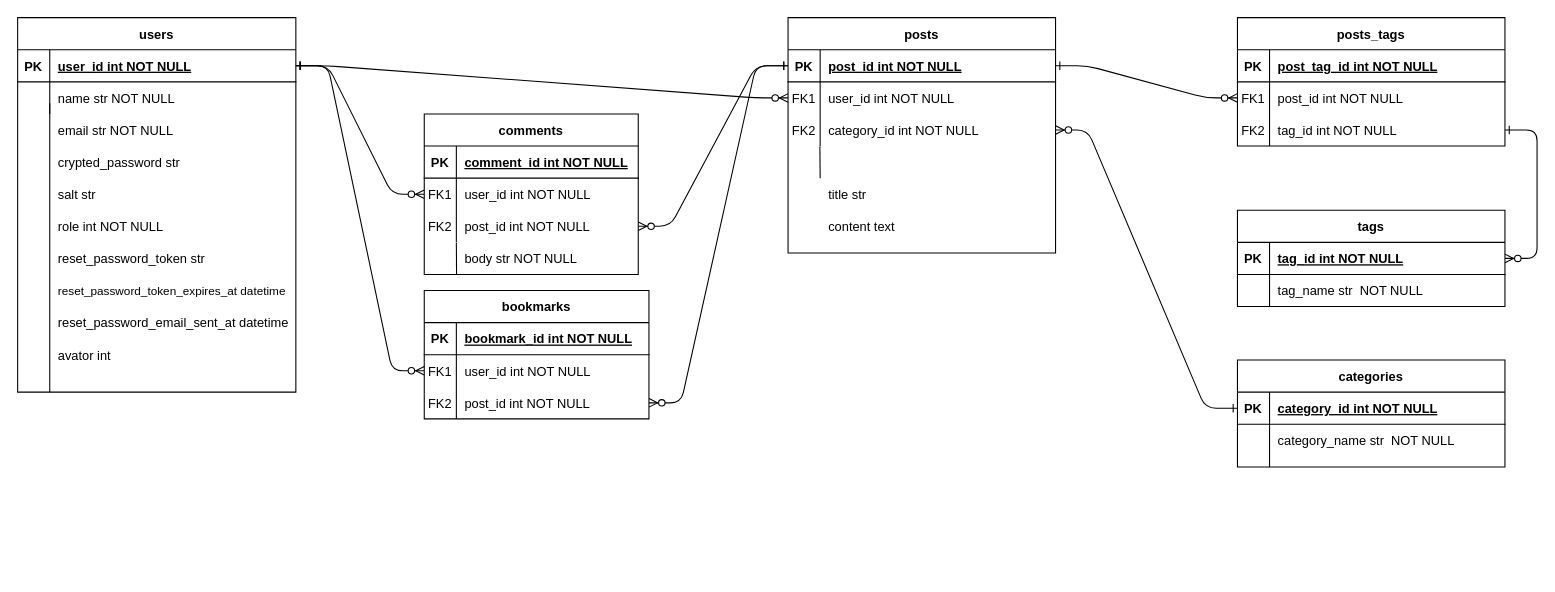
Above: 名称未設定ファイル.drawio in Toshiki003/Dressing-for-2-years-old-child (draw.io), before the change. Source tidied: cells renumbered, new cells numbered last; positions are measured from the earlier drawing's top-left corner, leaving out a move shared by most shapes. Both pictures are drawn from the tidied source at 107%, with x=0, y=0 at pixel (17, 17).
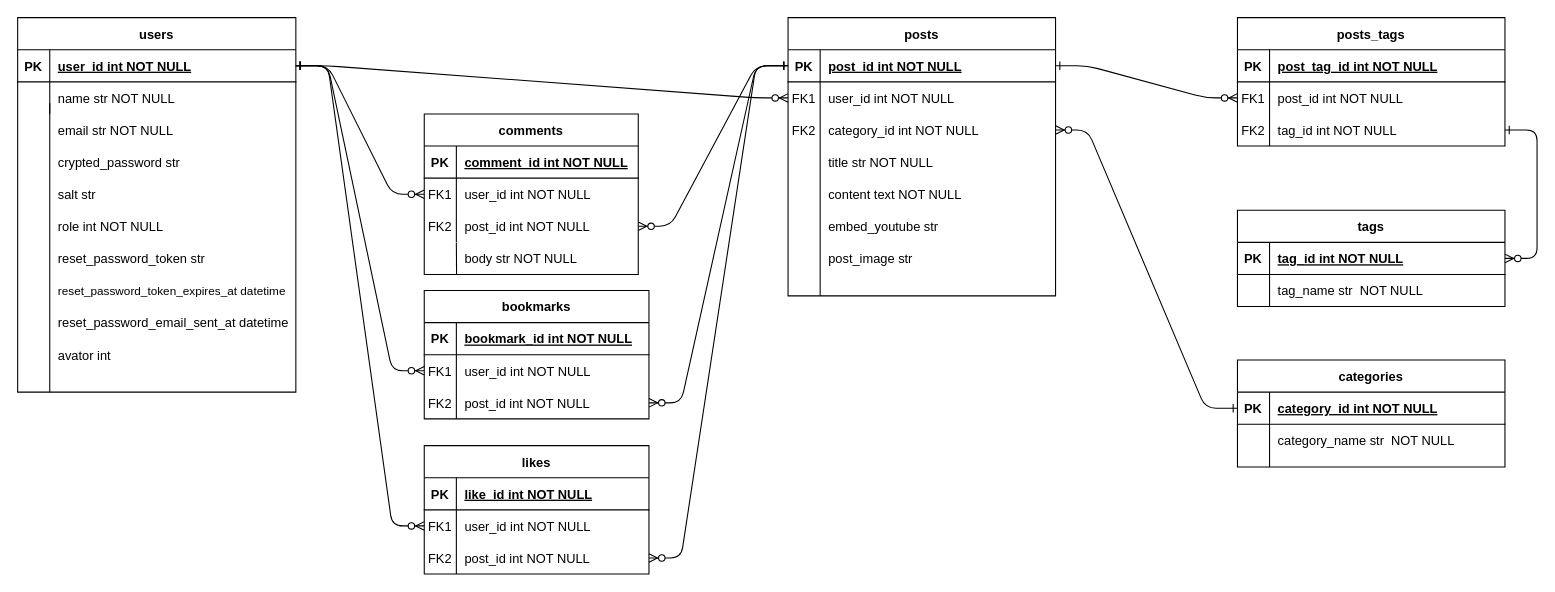
After the change.

Commit message:
名称未設定ファイル.drawio を更新します

The change refers to these unchanged cells:
```xml
<mxCell id="5" style="shape=partialRectangle;fillColor=none;points=[[0,0.5],[1,0.5]];portConstraint=eastwest;top=0;left=0;right=0;bottom=1;" parent="4" vertex="1">
  <mxGeometry y="30" width="250" height="30" as="geometry" />
</mxCell>
<mxCell id="25" style="shape=partialRectangle;fillColor=none;points=[[0,0.5],[1,0.5]];portConstraint=eastwest;top=0;left=0;right=0;bottom=1;" parent="24" vertex="1">
  <mxGeometry y="30" width="260" height="30" as="geometry" />
</mxCell>
<mxCell id="46" style="shape=partialRectangle;fillColor=none;points=[[0,0.5],[1,0.5]];portConstraint=eastwest;top=0;left=0;right=0;bottom=0;" parent="1" vertex="1">
  <mxGeometry x="720" y="120" width="250" height="30" as="geometry" />
</mxCell>
```

What changed in the source:
```diff
@@
     <mxCell id="4" value="posts" style="shape=table;startSize=30;childLayout=tableLayout;rowLines=0;fontStyle=1;align=center;" parent="1" vertex="1">
-      <mxGeometry x="720" width="250" height="220" as="geometry" />
+      <mxGeometry x="720" width="250" height="260" as="geometry" />
     </mxCell>
@@
     <mxCell id="59" style="endArrow=none;html=1;rounded=0;fontSize=11;entryX=0.119;entryY=0.01;entryDx=0;entryDy=0;entryPerimeter=0;" parent="1" edge="1" target="46">
       <mxGeometry relative="1" as="geometry">
-        <mxPoint x="750" y="150" as="sourcePoint" />
+        <mxPoint x="750" y="260" as="sourcePoint" />
+        <Array as="points">
+          <mxPoint x="750" y="120" />
+        </Array>
       </mxGeometry>
     </mxCell>
@@
-    <mxCell id="95" value="content text" style="shape=partialRectangle;overflow=hidden;fillColor=none;top=0;left=0;bottom=0;right=0;align=left;spacingLeft=6;" parent="1" vertex="1">
-      <mxGeometry x="750" y="180" width="220" height="30" as="geometry" />
+    <mxCell id="95" value="content text NOT NULL" style="shape=partialRectangle;overflow=hidden;fillColor=none;top=0;left=0;bottom=0;right=0;align=left;spacingLeft=6;" parent="1" vertex="1">
+      <mxGeometry x="750" y="150" width="220" height="30" as="geometry" />
     </mxCell>
-    <mxCell id="96" value="title str" style="shape=partialRectangle;overflow=hidden;fillColor=none;top=0;left=0;bottom=0;right=0;align=left;spacingLeft=6;" parent="1" vertex="1">
-      <mxGeometry x="750" y="150" width="220" height="30" as="geometry" />
+    <mxCell id="96" value="title str NOT NULL" style="shape=partialRectangle;overflow=hidden;fillColor=none;top=0;left=0;bottom=0;right=0;align=left;spacingLeft=6;" parent="1" vertex="1">
+      <mxGeometry x="750" y="120" width="220" height="30" as="geometry" />
     </mxCell>
@@
+    <mxCell id="103" value="likes" style="shape=table;startSize=30;childLayout=tableLayout;rowLines=0;fontStyle=1;align=center;" parent="1" vertex="1">
+      <mxGeometry x="380" y="400" width="210" height="120" as="geometry" />
+    </mxCell>
+    <mxCell id="104" style="shape=partialRectangle;fillColor=none;top=0;left=0;right=0;bottom=1;" parent="103" vertex="1">
+      <mxGeometry y="30" width="210" height="30" as="geometry" />
+    </mxCell>
+    <mxCell id="105" value="PK" style="shape=partialRectangle;overflow=hidden;fillColor=none;top=0;left=0;bottom=0;right=0;fontStyle=1;" parent="104" vertex="1">
+      <mxGeometry width="30" height="30" as="geometry" />
+    </mxCell>
+    <mxCell id="106" value="like_id int NOT NULL " style="shape=partialRectangle;overflow=hidden;fillColor=none;top=0;left=0;bottom=0;right=0;align=left;spacingLeft=6;fontStyle=5;" parent="104" vertex="1">
+      <mxGeometry x="30" width="180" height="30" as="geometry" />
+    </mxCell>
+    <mxCell id="107" style="shape=partialRectangle;fillColor=none;points=[[0,0.5],[1,0.5]];portConstraint=eastwest;top=0;left=0;right=0;bottom=0;" parent="103" vertex="1">
+      <mxGeometry y="60" width="210" height="30" as="geometry" />
+    </mxCell>
+    <mxCell id="108" value="FK1" style="shape=partialRectangle;overflow=hidden;fillColor=none;top=0;left=0;bottom=0;right=0;" parent="107" vertex="1">
+      <mxGeometry width="30" height="30" as="geometry" />
+    </mxCell>
+    <mxCell id="109" value="user_id int NOT NULL" style="shape=partialRectangle;overflow=hidden;fillColor=none;top=0;left=0;bottom=0;right=0;align=left;spacingLeft=6;" parent="107" vertex="1">
+      <mxGeometry x="30" width="180" height="30" as="geometry" />
+    </mxCell>
+    <mxCell id="110" style="shape=partialRectangle;fillColor=none;points=[[0,0.5],[1,0.5]];portConstraint=eastwest;top=0;left=0;right=0;bottom=0;" parent="103" vertex="1">
+      <mxGeometry y="90" width="210" height="30" as="geometry" />
+    </mxCell>
+    <mxCell id="111" style="shape=partialRectangle;overflow=hidden;fillColor=none;top=0;left=0;bottom=0;right=0;" parent="110" vertex="1">
+      <mxGeometry width="30" height="30" as="geometry" />
+    </mxCell>
+    <mxCell id="112" value="post_id int NOT NULL" style="shape=partialRectangle;overflow=hidden;fillColor=none;top=0;left=0;bottom=0;right=0;align=left;spacingLeft=6;" parent="110" vertex="1">
+      <mxGeometry x="30" width="180" height="30" as="geometry" />
+    </mxCell>
+    <mxCell id="113" value="FK2" style="shape=partialRectangle;overflow=hidden;fillColor=none;top=0;left=0;bottom=0;right=0;" parent="1" vertex="1">
+      <mxGeometry x="380" y="490" width="30" height="30" as="geometry" />
+    </mxCell>
+    <mxCell id="114" style="endArrow=ERzeroToMany;startArrow=ERone;endFill=1;startFill=0;edgeStyle=entityRelationEdgeStyle;entryX=0;entryY=0.5;entryDx=0;entryDy=0;exitX=1;exitY=0.5;exitDx=0;exitDy=0;" parent="1" edge="1" source="25" target="107">
+      <mxGeometry relative="1" as="geometry" />
+    </mxCell>
+    <mxCell id="115" style="endArrow=ERzeroToMany;startArrow=ERone;endFill=1;startFill=0;entryX=1;entryY=0.5;entryDx=0;entryDy=0;edgeStyle=entityRelationEdgeStyle;exitX=0;exitY=0.5;exitDx=0;exitDy=0;" parent="1" edge="1" source="5" target="110">
+      <mxGeometry relative="1" as="geometry" />
+    </mxCell>
+    <mxCell id="116" value="embed_youtube str" style="shape=partialRectangle;overflow=hidden;fillColor=none;top=0;left=0;bottom=0;right=0;align=left;spacingLeft=6;" parent="1" vertex="1">
+      <mxGeometry x="750" y="180" width="220" height="30" as="geometry" />
+    </mxCell>
+    <mxCell id="117" value="post_image str" style="shape=partialRectangle;overflow=hidden;fillColor=none;top=0;left=0;bottom=0;right=0;align=left;spacingLeft=6;" parent="1" vertex="1">
+      <mxGeometry x="750" y="210" width="220" height="30" as="geometry" />
+    </mxCell>
```
